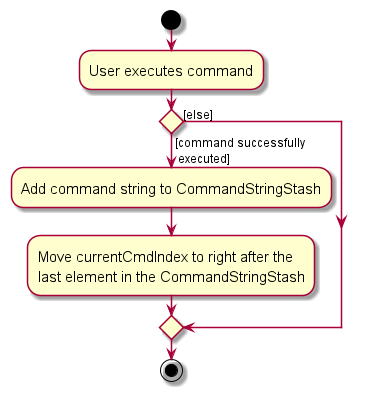
Before: docs/images/AddCommandStringActivityDiagram.png, a diagram exported from PlantUML (nus-cs2103-AY2324S1/tp).
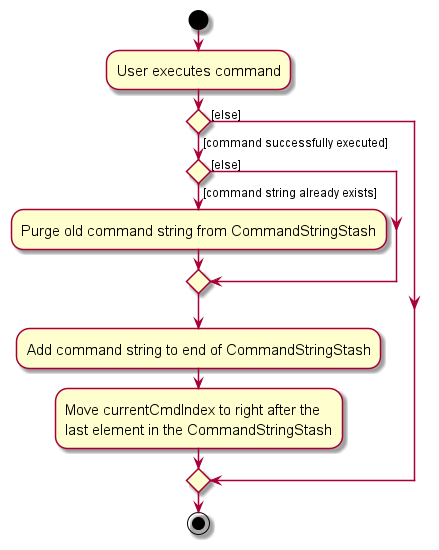
The same file after the commit.

Commit message:
Add details of duplicates in command string stash

What changed in the source:
```diff
@@ -6,9 +6,12 @@
 :User executes command;
 
 
-if () then ([command successfully
- executed])
-    :Add command string to CommandStringStash;
+if () then ([command successfully executed])
+    if () then ([command string already exists])
+    :Purge old command string from CommandStringStash;
+    else ([else])
+    endif
+    :Add command string to end of CommandStringStash;
     :Move currentCmdIndex to right after the
     last element in the CommandStringStash;
 else ([else])
```
